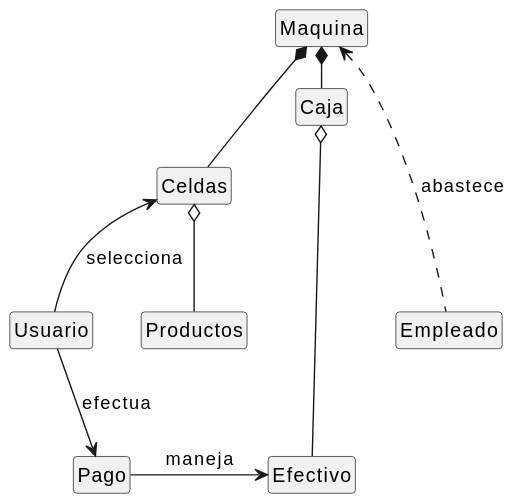
Before: documentos/modeloDeDominio/diagramaDeClases/diagramaDeClasesRelaciones.svg, a diagram exported from PlantUML (mmasias/24-25-IdSw2-SDD).
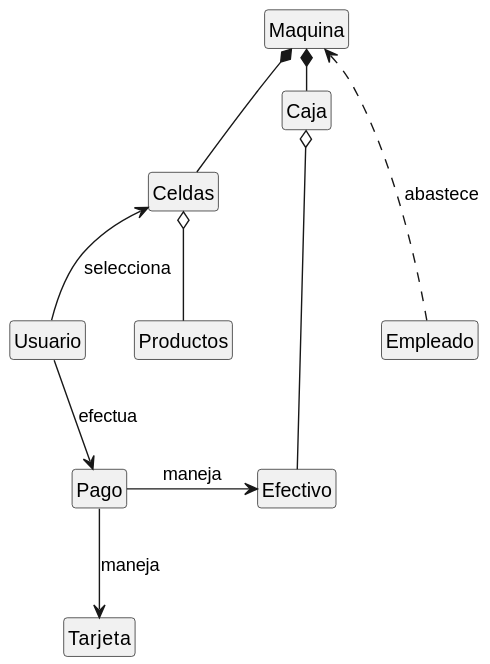
Above is the later version.

Commit message:
Refactor: Actualizar diagrama de clases para incluir la clase Tarjeta y sus relaciones

The edit, as a diff of the source:
```diff
@@ -5,6 +5,7 @@
 class Maquina
 class Pago
 class Efectivo
+class Tarjeta
 class Usuario
 class Productos
 class Celdas
@@ -19,4 +20,5 @@
 Usuario --> Pago : efectua
 Empleado .U..> Maquina : abastece
 Pago -r-> Efectivo : maneja
+Pago -d-> Tarjeta : maneja
 @enduml
```
